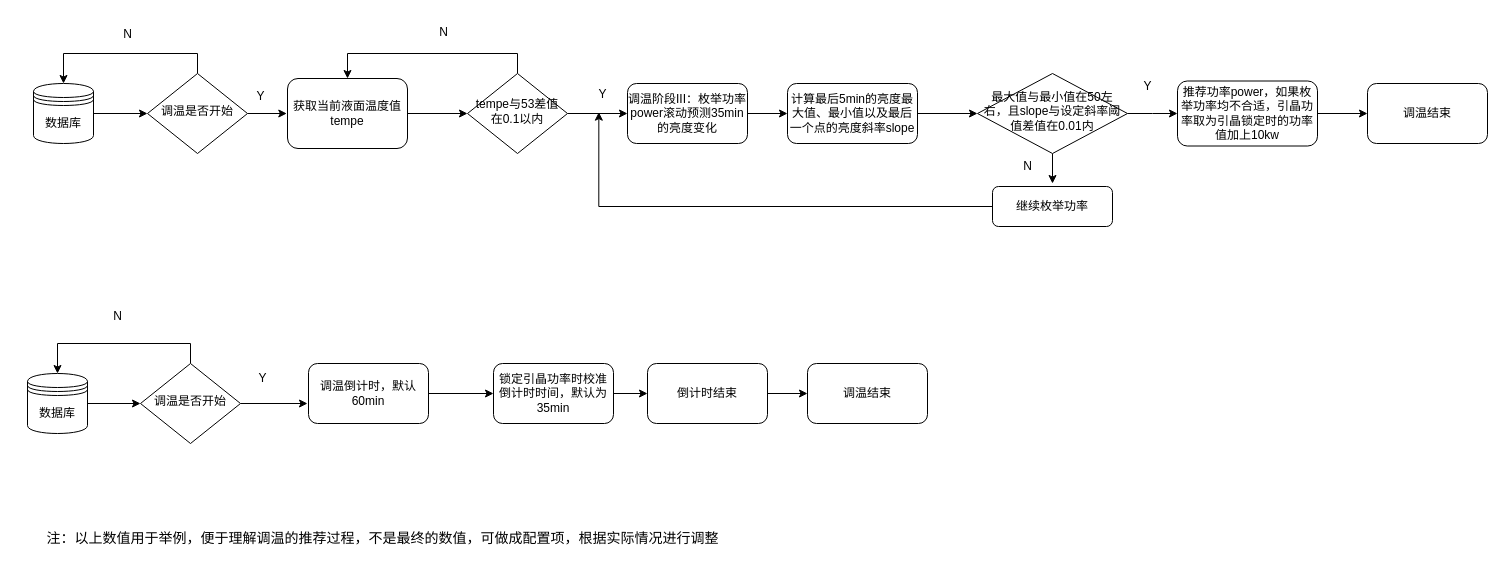
Above: 调温阶段功率推荐（结合PID）.drawio in ykchasingwind/2019iFLYTEK_MachineryLife_Baseline (draw.io), before the change. Source tidied: cells renumbered, new cells numbered last; positions are measured from the earlier drawing's top-left corner, leaving out a move shared by most shapes. Both pictures are drawn from the tidied source at 100%, with x=0, y=0 at pixel (27, 17).
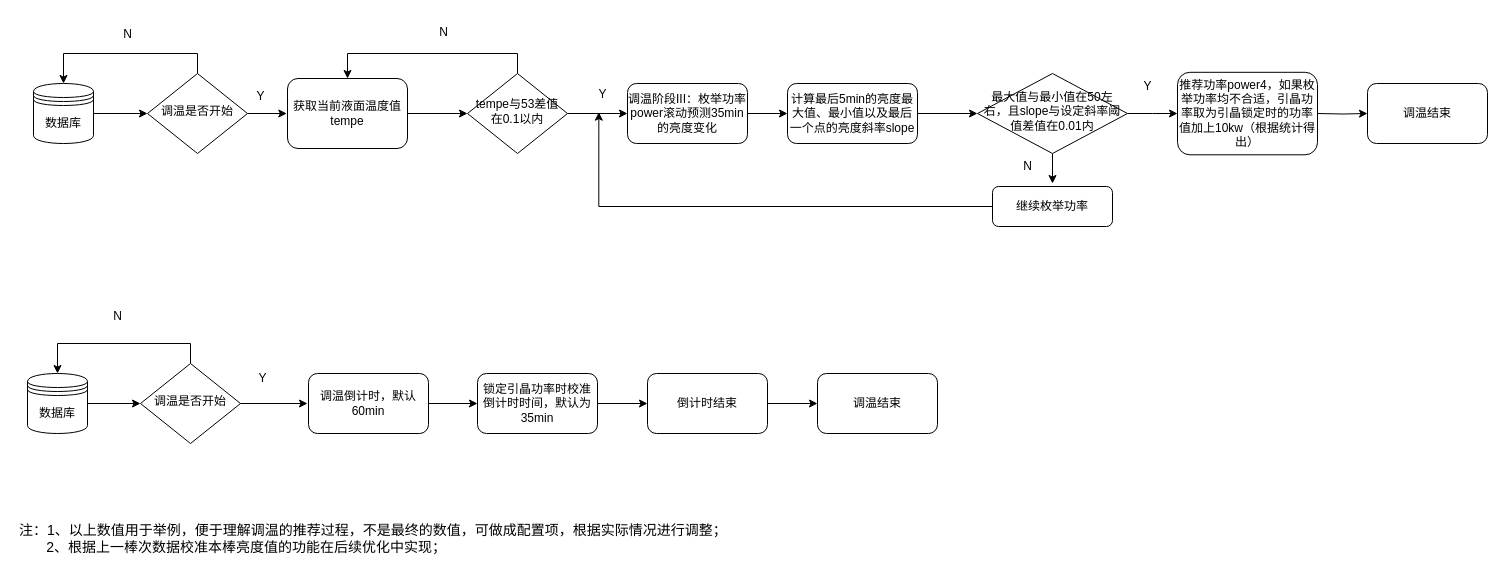
Above is the later version.

Commit message (it also covers changes not shown here):
更新调温阶段功率推荐（结合PID）.drawio

Unchanged cells that the change refers to:
```xml
<mxCell id="37" value="调温结束" style="rounded=1;whiteSpace=wrap;html=1;fontSize=12;glass=0;strokeWidth=1;shadow=0;labelBackgroundColor=none;" parent="1" vertex="1">
  <mxGeometry x="1340" y="66" width="120" height="60" as="geometry" />
</mxCell>
```

Diff of the diagram source:
```diff
@@
     <mxCell id="17" value="调温倒计时，默认60min" style="rounded=1;whiteSpace=wrap;html=1;fontSize=12;glass=0;strokeWidth=1;shadow=0;labelBackgroundColor=none;" parent="1" vertex="1">
-      <mxGeometry x="281" y="346" width="120" height="60" as="geometry" />
+      <mxGeometry x="281" y="356" width="120" height="60" as="geometry" />
     </mxCell>
@@
     <mxCell id="19" value="锁定引晶功率时校准倒计时时间，默认为35min" style="rounded=1;whiteSpace=wrap;html=1;fontSize=12;glass=0;strokeWidth=1;shadow=0;labelBackgroundColor=none;" parent="1" vertex="1">
-      <mxGeometry x="466" y="346" width="120" height="60" as="geometry" />
+      <mxGeometry x="450" y="356" width="120" height="60" as="geometry" />
     </mxCell>
@@
     <mxCell id="21" value="倒计时结束" style="rounded=1;whiteSpace=wrap;html=1;fontSize=12;glass=0;strokeWidth=1;shadow=0;labelBackgroundColor=none;" parent="1" vertex="1">
-      <mxGeometry x="620" y="346" width="120" height="60" as="geometry" />
+      <mxGeometry x="620" y="356" width="120" height="60" as="geometry" />
     </mxCell>
     <mxCell id="22" value="调温结束" style="rounded=1;whiteSpace=wrap;html=1;fontSize=12;glass=0;strokeWidth=1;shadow=0;labelBackgroundColor=none;" parent="1" vertex="1">
-      <mxGeometry x="780" y="346" width="120" height="60" as="geometry" />
+      <mxGeometry x="790" y="356" width="120" height="60" as="geometry" />
     </mxCell>
@@
-    <mxCell id="35" style="edgeStyle=orthogonalEdgeStyle;rounded=0;jettySize=auto;html=1;exitX=1;exitY=0.5;exitDx=0;exitDy=0;entryX=0;entryY=0.5;entryDx=0;entryDy=0;" parent="1" edge="1" source="36" target="37">
-      <mxGeometry relative="1" as="geometry" />
+    <mxCell id="35" style="edgeStyle=orthogonalEdgeStyle;rounded=0;jettySize=auto;html=1;exitX=1;exitY=0.5;exitDx=0;exitDy=0;entryX=0;entryY=0.5;entryDx=0;entryDy=0;" parent="1" edge="1" target="37">
+      <mxGeometry relative="1" as="geometry">
+        <mxPoint x="1290" y="96" as="sourcePoint" />
+      </mxGeometry>
     </mxCell>
-    <mxCell id="36" value="推荐功率power，如果枚举功率均不合适，引晶功率取为引晶锁定时的功率值加上10kw" style="rounded=1;whiteSpace=wrap;html=1;fontSize=12;glass=0;strokeWidth=1;shadow=0;labelBackgroundColor=none;" parent="1" vertex="1">
-      <mxGeometry x="1150" y="63.5" width="140" height="65" as="geometry" />
-    </mxCell>
@@
-    <mxCell id="44" value="&lt;font style=&quot;font-size: 14px;&quot;&gt;注：以上数值用于举例，便于理解调温的推荐过程，不是最终的数值，可做成配置项，根据实际情况进行调整&lt;/font&gt;" style="text;html=1;align=center;verticalAlign=middle;strokeColor=none;fillColor=none;" parent="1" vertex="1">
-      <mxGeometry x="5" y="506" width="700" height="30" as="geometry" />
+    <mxCell id="44" value="&lt;font style=&quot;font-size: 14px;&quot;&gt;注：1、以上数值用于举例，便于理解调温的推荐过程，不是最终的数值，可做成配置项，根据实际情况进行调整；&lt;br&gt;&amp;nbsp; &amp;nbsp; &amp;nbsp; &amp;nbsp;2、根据上一棒次数据校准本棒亮度值的功能在后续优化中实现；&lt;br&gt;&lt;/font&gt;" style="text;html=1;align=left;verticalAlign=middle;strokeColor=none;fillColor=none;" parent="1" vertex="1">
+      <mxGeometry x="-10" y="496" width="730" height="50" as="geometry" />
     </mxCell>
+    <mxCell id="45" value="推荐功率power4，如果枚举功率均不合适，引晶功率取为引晶锁定时的功率值加上10kw（根据统计得出）" style="rounded=1;whiteSpace=wrap;html=1;fontSize=12;glass=0;strokeWidth=1;shadow=0;labelBackgroundColor=none;" parent="1" vertex="1">
+      <mxGeometry x="1150" y="54.8" width="140" height="82.5" as="geometry" />
+    </mxCell>
```
